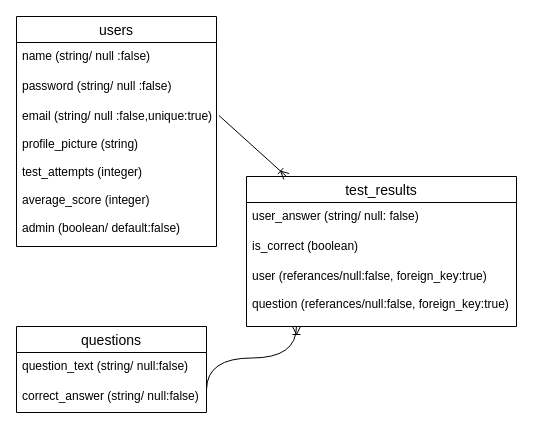
This is er.dio from kiatklai/kanjiwhiz, a draw.io file, before an edit. Source tidied: cells renumbered, new cells numbered last; positions are measured from the earlier drawing's top-left corner, leaving out a move shared by most shapes. Both pictures are drawn from the tidied source at 100%, with x=0, y=0 at pixel (16, 16).
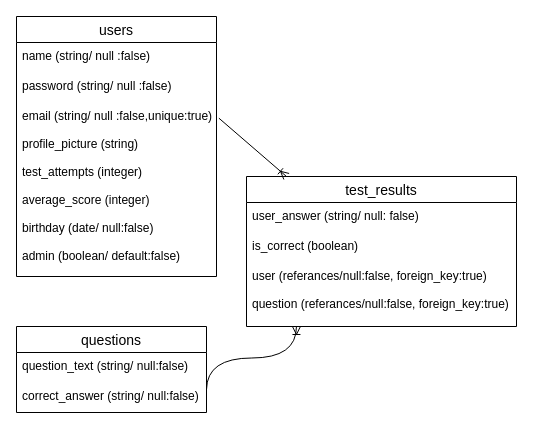
Above is the later version.

The edit, as a diff of the source:
```diff
@@
 <mxGraphModel>
   <root>
     <mxCell id="0" />
     <mxCell id="1" parent="0" />
     <mxCell id="2" value="users" style="swimlane;fontStyle=0;horizontal=1;startSize=26;align=center;fontSize=14;" parent="1" vertex="1">
-      <mxGeometry width="200" height="230" as="geometry" />
+      <mxGeometry width="200" height="260" as="geometry" />
     </mxCell>
     <mxCell id="3" value="name (string/ null :false)" style="text;strokeColor=none;fillColor=none;spacingLeft=4;spacingRight=4;overflow=hidden;fontSize=12;" parent="2" vertex="1">
       <mxGeometry y="26" width="200" height="30" as="geometry" />
     </mxCell>
     <mxCell id="4" value="password (string/ null :false)" style="text;strokeColor=none;fillColor=none;spacingLeft=4;spacingRight=4;overflow=hidden;fontSize=12;" parent="2" vertex="1">
       <mxGeometry y="56" width="200" height="30" as="geometry" />
     </mxCell>
-    <mxCell id="5" value="email (string/ null :false,unique:true)&#10;&#10;profile_picture (string)&#10;&#10;test_attempts (integer)&#10;&#10;average_score (integer)&#10;&#10;admin (boolean/ default:false)" style="text;strokeColor=none;fillColor=none;spacingLeft=4;spacingRight=4;overflow=hidden;points=[[0,0.5],[1,0.5]];portConstraint=eastwest;fontSize=12;" parent="2" vertex="1">
-      <mxGeometry y="86" width="200" height="144" as="geometry" />
+    <mxCell id="5" value="email (string/ null :false,unique:true)&#10;&#10;profile_picture (string)&#10;&#10;test_attempts (integer)&#10;&#10;average_score (integer)&#10;&#10;birthday (date/ null:false)&#10;&#10;admin (boolean/ default:false)" style="text;strokeColor=none;fillColor=none;spacingLeft=4;spacingRight=4;overflow=hidden;points=[[0,0.5],[1,0.5]];portConstraint=eastwest;fontSize=12;" parent="2" vertex="1">
+      <mxGeometry y="86" width="200" height="174" as="geometry" />
     </mxCell>
     <mxCell id="6" value="test_results" style="swimlane;fontStyle=0;horizontal=1;startSize=26;align=center;fontSize=14;" parent="1" vertex="1">
       <mxGeometry x="230" y="160" width="270" height="150" as="geometry" />
     </mxCell>
     <mxCell id="7" value="user_answer (string/ null: false)" style="text;strokeColor=none;fillColor=none;spacingLeft=4;spacingRight=4;overflow=hidden;fontSize=12;" parent="6" vertex="1">
       <mxGeometry y="26" width="270" height="30" as="geometry" />
     </mxCell>
     <mxCell id="8" value="is_correct (boolean)" style="text;strokeColor=none;fillColor=none;spacingLeft=4;spacingRight=4;overflow=hidden;fontSize=12;" parent="6" vertex="1">
       <mxGeometry y="56" width="270" height="30" as="geometry" />
     </mxCell>
     <mxCell id="9" value="user (referances/null:false, foreign_key:true)&#10;&#10;question (referances/null:false, foreign_key:true)" style="text;strokeColor=none;fillColor=none;spacingLeft=4;spacingRight=4;overflow=hidden;points=[[0,0.5],[1,0.5]];portConstraint=eastwest;fontSize=12;" parent="6" vertex="1">
       <mxGeometry y="86" width="270" height="64" as="geometry" />
     </mxCell>
     <mxCell id="10" value="questions" style="swimlane;fontStyle=0;horizontal=1;startSize=26;align=center;fontSize=14;" parent="1" vertex="1">
       <mxGeometry y="310" width="190" height="86" as="geometry" />
     </mxCell>
     <mxCell id="11" value="question_text (string/ null:false)" style="text;strokeColor=none;fillColor=none;spacingLeft=4;spacingRight=4;overflow=hidden;fontSize=12;" parent="10" vertex="1">
       <mxGeometry y="26" width="190" height="30" as="geometry" />
     </mxCell>
     <mxCell id="12" value="correct_answer (string/ null:false)" style="text;strokeColor=none;fillColor=none;spacingLeft=4;spacingRight=4;overflow=hidden;fontSize=12;" parent="10" vertex="1">
       <mxGeometry y="56" width="190" height="30" as="geometry" />
     </mxCell>
     <mxCell id="13" style="fontSize=12;html=1;endArrow=ERoneToMany;exitX=1.012;exitY=0.09;exitDx=0;exitDy=0;exitPerimeter=0;" parent="1" edge="1" source="5">
       <mxGeometry relative="1" as="geometry">
         <mxPoint x="270" y="160" as="targetPoint" />
       </mxGeometry>
     </mxCell>
     <mxCell id="14" style="edgeStyle=orthogonalEdgeStyle;fontSize=12;html=1;endArrow=ERoneToMany;curved=1;entryX=0.185;entryY=1;entryDx=0;entryDy=0;entryPerimeter=0;" parent="1" edge="1" target="9">
       <mxGeometry relative="1" as="geometry">
         <mxPoint x="190" y="373" as="sourcePoint" />
       </mxGeometry>
     </mxCell>
   </root>
 </mxGraphModel>
```
